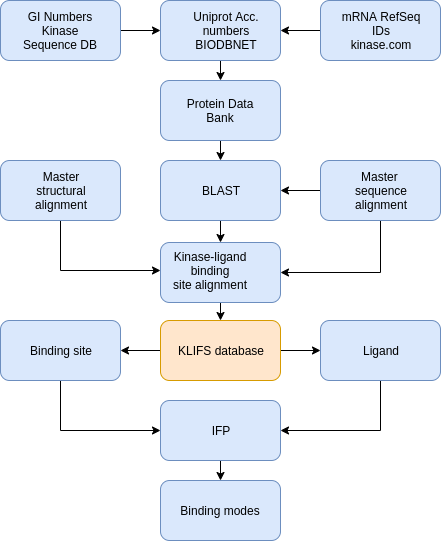
Earlier version of the draw.io export talktorials/11_online_apis/images/KLIFS_flowchart.png (volkamerlab/teachopencadd). Source tidied: cells renumbered, new cells last; positions are measured from the earlier drawing's top-left corner, leaving out a move shared by most shapes.
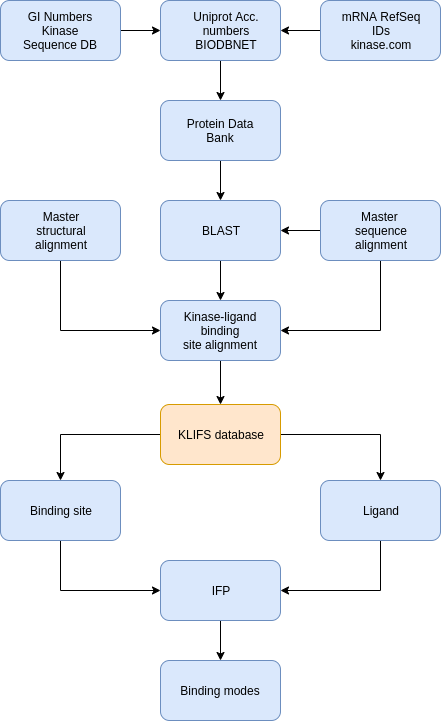
The same diagram one commit later.

Change to the diagram source:
```diff
@@ -33,31 +33,29 @@
       <mxGeometry relative="1" as="geometry" />
     </mxCell>
     <mxCell id="12" style="rounded=1;whiteSpace=wrap;html=1;fillColor=#dae8fc;strokeColor=#6c8ebf;" parent="1" vertex="1">
-      <mxGeometry x="160" y="80" width="120" height="60" as="geometry" />
+      <mxGeometry x="160" y="100" width="120" height="60" as="geometry" />
     </mxCell>
     <mxCell id="13" value="Protein Data Bank" style="text;html=1;strokeColor=none;fillColor=none;align=center;verticalAlign=middle;whiteSpace=wrap;rounded=0;" parent="1" vertex="1">
-      <mxGeometry x="180" y="100" width="80" height="20" as="geometry" />
+      <mxGeometry x="180" y="120" width="80" height="20" as="geometry" />
     </mxCell>
-    <mxCell id="14" style="edgeStyle=orthogonalEdgeStyle;rounded=0;orthogonalLoop=1;jettySize=auto;html=1;exitX=0.5;exitY=1;exitDx=0;exitDy=0;entryX=0.5;entryY=0;entryDx=0;entryDy=0;" parent="1" edge="1">
-      <mxGeometry relative="1" as="geometry">
-        <mxPoint x="210" y="160" as="sourcePoint" />
-        <mxPoint x="210" y="200" as="targetPoint" />
-      </mxGeometry>
+    <mxCell id="14" style="edgeStyle=orthogonalEdgeStyle;rounded=0;jettySize=auto;html=1;exitX=0.5;exitY=1;exitDx=0;exitDy=0;entryX=0.5;entryY=0;entryDx=0;entryDy=0;" parent="1" edge="1" source="16" target="26">
+      <mxGeometry relative="1" as="geometry" />
     </mxCell>
-    <mxCell id="15" style="edgeStyle=orthogonalEdgeStyle;rounded=0;jettySize=auto;html=1;exitX=0.5;exitY=1;exitDx=0;exitDy=0;entryX=0.5;entryY=0;entryDx=0;entryDy=0;" parent="1" edge="1" source="16" target="26">
-      <mxGeometry relative="1" as="geometry" />
-    </mxCell>
     <mxCell id="16" style="rounded=1;whiteSpace=wrap;html=1;fillColor=#dae8fc;strokeColor=#6c8ebf;" parent="1" vertex="1">
-      <mxGeometry x="160" y="160" width="120" height="60" as="geometry" />
+      <mxGeometry x="160" y="200" width="120" height="60" as="geometry" />
     </mxCell>
     <mxCell id="17" value="BLAST" style="text;html=1;strokeColor=none;fillColor=none;align=center;verticalAlign=middle;whiteSpace=wrap;rounded=0;" parent="1" vertex="1">
-      <mxGeometry x="180" y="180" width="80" height="20" as="geometry" />
+      <mxGeometry x="180" y="220" width="80" height="20" as="geometry" />
     </mxCell>
-    <mxCell id="18" style="edgeStyle=orthogonalEdgeStyle;rounded=0;jettySize=auto;html=1;exitX=0.5;exitY=1;exitDx=0;exitDy=0;entryX=0;entryY=0.5;entryDx=0;entryDy=0;" parent="1" edge="1" source="19" target="27">
-      <mxGeometry relative="1" as="geometry" />
-    </mxCell>
+    <mxCell id="43" style="edgeStyle=orthogonalEdgeStyle;rounded=0;jettySize=auto;html=1;entryX=0;entryY=0.5;entryDx=0;entryDy=0;" parent="1" edge="1" source="19" target="26">
+      <mxGeometry relative="1" as="geometry">
+        <Array as="points">
+          <mxPoint x="60" y="330" />
+        </Array>
+      </mxGeometry>
+    </mxCell>
     <mxCell id="19" style="rounded=1;whiteSpace=wrap;html=1;fillColor=#dae8fc;strokeColor=#6c8ebf;" parent="1" vertex="1">
-      <mxGeometry y="160" width="120" height="60" as="geometry" />
+      <mxGeometry y="200" width="120" height="60" as="geometry" />
     </mxCell>
     <mxCell id="20" style="edgeStyle=orthogonalEdgeStyle;rounded=0;jettySize=auto;html=1;exitX=0;exitY=0.5;exitDx=0;exitDy=0;entryX=1;entryY=0.5;entryDx=0;entryDy=0;" parent="1" edge="1" source="22" target="16">
       <mxGeometry relative="1" as="geometry" />
@@ -66,67 +64,67 @@
       <mxGeometry relative="1" as="geometry" />
     </mxCell>
     <mxCell id="22" style="rounded=1;whiteSpace=wrap;html=1;fillColor=#dae8fc;strokeColor=#6c8ebf;" parent="1" vertex="1">
-      <mxGeometry x="320" y="160" width="120" height="60" as="geometry" />
+      <mxGeometry x="320" y="200" width="120" height="60" as="geometry" />
     </mxCell>
     <mxCell id="23" value="Master&lt;br&gt;structural&lt;br&gt;alignment" style="text;html=1;strokeColor=none;fillColor=none;align=center;verticalAlign=middle;whiteSpace=wrap;rounded=0;" parent="1" vertex="1">
-      <mxGeometry x="5" y="180" width="110" height="20" as="geometry" />
+      <mxGeometry x="5" y="220" width="110" height="20" as="geometry" />
     </mxCell>
     <mxCell id="24" value="Master&amp;nbsp;&lt;br&gt;sequence&lt;br&gt;alignment" style="text;html=1;strokeColor=none;fillColor=none;align=center;verticalAlign=middle;whiteSpace=wrap;rounded=0;" parent="1" vertex="1">
-      <mxGeometry x="330" y="180" width="100" height="20" as="geometry" />
+      <mxGeometry x="330" y="220" width="100" height="20" as="geometry" />
     </mxCell>
     <mxCell id="25" style="edgeStyle=orthogonalEdgeStyle;rounded=0;jettySize=auto;html=1;exitX=0.5;exitY=1;exitDx=0;exitDy=0;entryX=0.5;entryY=0;entryDx=0;entryDy=0;" parent="1" edge="1" source="26" target="30">
       <mxGeometry relative="1" as="geometry" />
     </mxCell>
     <mxCell id="26" style="rounded=1;whiteSpace=wrap;html=1;fillColor=#dae8fc;strokeColor=#6c8ebf;" parent="1" vertex="1">
-      <mxGeometry x="160" y="242" width="120" height="60" as="geometry" />
+      <mxGeometry x="160" y="300" width="120" height="60" as="geometry" />
     </mxCell>
     <mxCell id="27" value="Kinase-ligand binding&lt;br&gt;site alignment" style="text;html=1;strokeColor=none;fillColor=none;align=center;verticalAlign=middle;whiteSpace=wrap;rounded=0;" parent="1" vertex="1">
-      <mxGeometry x="160" y="255" width="100" height="30" as="geometry" />
+      <mxGeometry x="170" y="315" width="100" height="30" as="geometry" />
     </mxCell>
-    <mxCell id="28" style="edgeStyle=orthogonalEdgeStyle;rounded=0;jettySize=auto;html=1;exitX=0;exitY=0.5;exitDx=0;exitDy=0;entryX=1;entryY=0.5;entryDx=0;entryDy=0;" parent="1" edge="1" source="30" target="33">
+    <mxCell id="28" style="edgeStyle=orthogonalEdgeStyle;rounded=0;jettySize=auto;html=1;exitX=0;exitY=0.5;exitDx=0;exitDy=0;entryX=0.5;entryY=0;entryDx=0;entryDy=0;" parent="1" edge="1" source="30" target="33">
       <mxGeometry relative="1" as="geometry" />
     </mxCell>
-    <mxCell id="29" style="edgeStyle=orthogonalEdgeStyle;rounded=0;jettySize=auto;html=1;exitX=1;exitY=0.5;exitDx=0;exitDy=0;entryX=0;entryY=0.5;entryDx=0;entryDy=0;" parent="1" edge="1" source="30" target="35">
+    <mxCell id="29" style="edgeStyle=orthogonalEdgeStyle;rounded=0;jettySize=auto;html=1;exitX=1;exitY=0.5;exitDx=0;exitDy=0;" parent="1" edge="1" source="30" target="35">
       <mxGeometry relative="1" as="geometry" />
     </mxCell>
     <mxCell id="30" style="rounded=1;whiteSpace=wrap;html=1;fillColor=#ffe6cc;strokeColor=#d79b00;" parent="1" vertex="1">
-      <mxGeometry x="160" y="320" width="120" height="60" as="geometry" />
+      <mxGeometry x="160" y="404" width="120" height="60" as="geometry" />
     </mxCell>
     <mxCell id="31" value="KLIFS database" style="text;html=1;strokeColor=none;fillColor=none;align=center;verticalAlign=middle;whiteSpace=wrap;rounded=0;" parent="1" vertex="1">
-      <mxGeometry x="170" y="340" width="100" height="20" as="geometry" />
+      <mxGeometry x="170" y="424" width="100" height="20" as="geometry" />
     </mxCell>
     <mxCell id="32" style="edgeStyle=orthogonalEdgeStyle;rounded=0;jettySize=auto;html=1;exitX=0.5;exitY=1;exitDx=0;exitDy=0;entryX=0;entryY=0.5;entryDx=0;entryDy=0;" parent="1" edge="1" source="33" target="39">
       <mxGeometry relative="1" as="geometry" />
     </mxCell>
     <mxCell id="33" style="rounded=1;whiteSpace=wrap;html=1;fillColor=#dae8fc;strokeColor=#6c8ebf;" parent="1" vertex="1">
-      <mxGeometry y="320" width="120" height="60" as="geometry" />
+      <mxGeometry y="480" width="120" height="60" as="geometry" />
     </mxCell>
     <mxCell id="34" style="edgeStyle=orthogonalEdgeStyle;rounded=0;jettySize=auto;html=1;exitX=0.5;exitY=1;exitDx=0;exitDy=0;entryX=1;entryY=0.5;entryDx=0;entryDy=0;" parent="1" edge="1" source="35" target="39">
       <mxGeometry relative="1" as="geometry" />
     </mxCell>
     <mxCell id="35" style="rounded=1;whiteSpace=wrap;html=1;fillColor=#dae8fc;strokeColor=#6c8ebf;" parent="1" vertex="1">
-      <mxGeometry x="320" y="320" width="120" height="60" as="geometry" />
+      <mxGeometry x="320" y="480" width="120" height="60" as="geometry" />
     </mxCell>
     <mxCell id="36" value="Binding site" style="text;html=1;strokeColor=none;fillColor=none;align=center;verticalAlign=middle;whiteSpace=wrap;rounded=0;" parent="1" vertex="1">
-      <mxGeometry x="20" y="340" width="80" height="20" as="geometry" />
+      <mxGeometry x="20" y="500" width="80" height="20" as="geometry" />
     </mxCell>
     <mxCell id="37" value="Ligand" style="text;html=1;strokeColor=none;fillColor=none;align=center;verticalAlign=middle;whiteSpace=wrap;rounded=0;" parent="1" vertex="1">
-      <mxGeometry x="330" y="340" width="100" height="20" as="geometry" />
+      <mxGeometry x="330" y="500" width="100" height="20" as="geometry" />
     </mxCell>
     <mxCell id="38" style="edgeStyle=orthogonalEdgeStyle;rounded=0;jettySize=auto;html=1;exitX=0.5;exitY=1;exitDx=0;exitDy=0;entryX=0.5;entryY=0;entryDx=0;entryDy=0;" parent="1" edge="1" source="39" target="41">
       <mxGeometry relative="1" as="geometry" />
     </mxCell>
     <mxCell id="39" style="rounded=1;whiteSpace=wrap;html=1;fillColor=#dae8fc;strokeColor=#6c8ebf;" parent="1" vertex="1">
-      <mxGeometry x="160" y="400" width="120" height="60" as="geometry" />
+      <mxGeometry x="160" y="560" width="120" height="60" as="geometry" />
     </mxCell>
     <mxCell id="40" value="IFP" style="text;html=1;strokeColor=none;fillColor=none;align=center;verticalAlign=middle;whiteSpace=wrap;rounded=0;" parent="1" vertex="1">
-      <mxGeometry x="175" y="420" width="90" height="20" as="geometry" />
+      <mxGeometry x="175" y="580" width="90" height="20" as="geometry" />
     </mxCell>
     <mxCell id="41" style="rounded=1;whiteSpace=wrap;html=1;fillColor=#dae8fc;strokeColor=#6c8ebf;" parent="1" vertex="1">
-      <mxGeometry x="160" y="480" width="120" height="60" as="geometry" />
+      <mxGeometry x="160" y="660" width="120" height="60" as="geometry" />
     </mxCell>
     <mxCell id="42" value="Binding modes" style="text;html=1;strokeColor=none;fillColor=none;align=center;verticalAlign=middle;whiteSpace=wrap;rounded=0;" parent="1" vertex="1">
-      <mxGeometry x="170" y="500" width="100" height="20" as="geometry" />
+      <mxGeometry x="170" y="680" width="100" height="20" as="geometry" />
     </mxCell>
   </root>
 </mxGraphModel>
```
